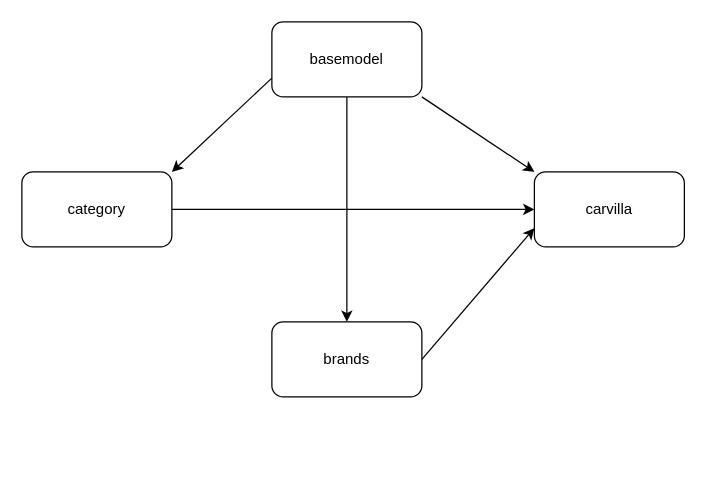
abuwcheek/car-villa keeps this draw.io diagram as diagram.drawio. Above is the earlier version. Source tidied: cells renumbered, new cells numbered last; positions are measured from the earlier drawing's top-left corner, leaving out a move shared by most shapes. Both pictures are drawn from the tidied source at 125%, with x=0, y=0 at pixel (21, 21).
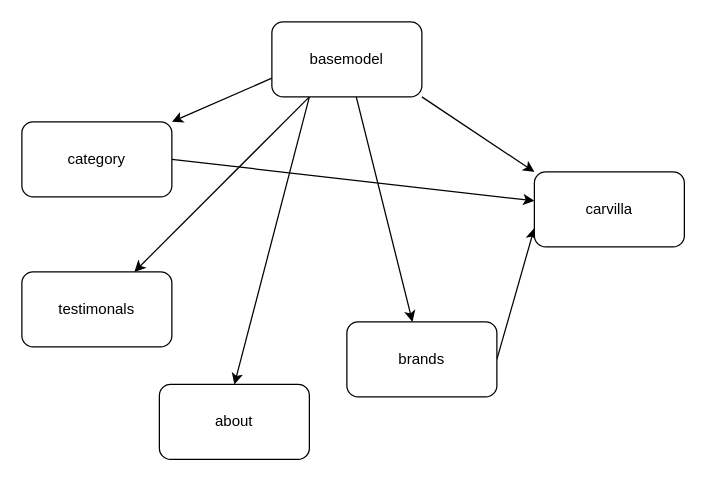
After the change.

What changed in the source:
```diff
@@
 <mxGraphModel>
   <root>
     <mxCell id="0" />
     <mxCell id="1" parent="0" />
     <mxCell id="2" style="edgeStyle=none;html=1;exitX=0;exitY=0.75;exitDx=0;exitDy=0;entryX=1;entryY=0;entryDx=0;entryDy=0;" parent="1" edge="1" source="5" target="7">
       <mxGeometry relative="1" as="geometry" />
     </mxCell>
     <mxCell id="3" style="edgeStyle=none;html=1;" parent="1" edge="1" source="5" target="9">
       <mxGeometry relative="1" as="geometry" />
     </mxCell>
     <mxCell id="4" style="edgeStyle=none;html=1;exitX=1;exitY=1;exitDx=0;exitDy=0;entryX=0;entryY=0;entryDx=0;entryDy=0;" parent="1" edge="1" source="5" target="10">
       <mxGeometry relative="1" as="geometry" />
     </mxCell>
+    <mxCell id="11" style="edgeStyle=none;html=1;exitX=0.25;exitY=1;exitDx=0;exitDy=0;" parent="1" edge="1" source="5" target="13">
+      <mxGeometry relative="1" as="geometry" />
+    </mxCell>
+    <mxCell id="12" style="edgeStyle=none;html=1;exitX=0.25;exitY=1;exitDx=0;exitDy=0;entryX=0.5;entryY=0;entryDx=0;entryDy=0;" parent="1" edge="1" source="5" target="14">
+      <mxGeometry relative="1" as="geometry" />
+    </mxCell>
     <mxCell id="5" value="basemodel" style="rounded=1;whiteSpace=wrap;html=1;" parent="1" vertex="1">
       <mxGeometry x="200" width="120" height="60" as="geometry" />
     </mxCell>
     <mxCell id="6" style="edgeStyle=none;html=1;exitX=1;exitY=0.5;exitDx=0;exitDy=0;" parent="1" edge="1" source="7" target="10">
       <mxGeometry relative="1" as="geometry" />
     </mxCell>
     <mxCell id="7" value="category" style="rounded=1;whiteSpace=wrap;html=1;" parent="1" vertex="1">
-      <mxGeometry y="120" width="120" height="60" as="geometry" />
+      <mxGeometry y="80" width="120" height="60" as="geometry" />
     </mxCell>
     <mxCell id="8" style="edgeStyle=none;html=1;exitX=1;exitY=0.5;exitDx=0;exitDy=0;entryX=0;entryY=0.75;entryDx=0;entryDy=0;" parent="1" edge="1" source="9" target="10">
       <mxGeometry relative="1" as="geometry" />
     </mxCell>
     <mxCell id="9" value="brands" style="whiteSpace=wrap;html=1;rounded=1;" parent="1" vertex="1">
-      <mxGeometry x="200" y="240" width="120" height="60" as="geometry" />
+      <mxGeometry x="260" y="240" width="120" height="60" as="geometry" />
     </mxCell>
     <mxCell id="10" value="carvilla" style="rounded=1;whiteSpace=wrap;html=1;" parent="1" vertex="1">
       <mxGeometry x="410" y="120" width="120" height="60" as="geometry" />
     </mxCell>
+    <mxCell id="13" value="testimonals" style="rounded=1;whiteSpace=wrap;html=1;" parent="1" vertex="1">
+      <mxGeometry y="200" width="120" height="60" as="geometry" />
+    </mxCell>
+    <mxCell id="14" value="about" style="rounded=1;whiteSpace=wrap;html=1;" parent="1" vertex="1">
+      <mxGeometry x="110" y="290" width="120" height="60" as="geometry" />
+    </mxCell>
   </root>
 </mxGraphModel>
```
